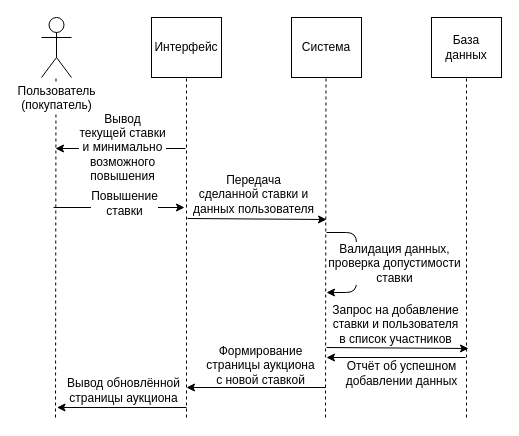
Above: Diagrams/Cases Diagrams/Raise the Bid.drawio in Fake-Make/Au (draw.io), before the change. Source tidied: cells renumbered, new cells numbered last; positions are measured from the earlier drawing's top-left corner, leaving out a move shared by most shapes. Both pictures are drawn from the tidied source at 100%, with x=0, y=0 at pixel (41, 17).
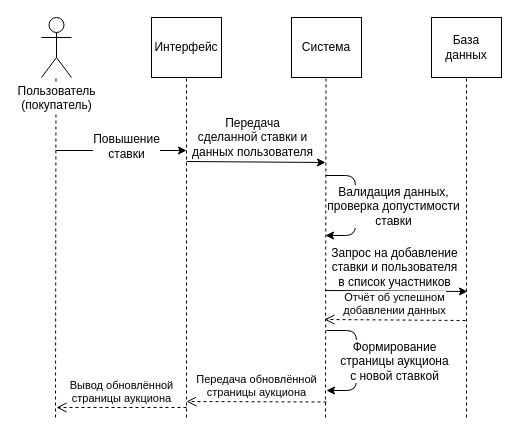
The same page after the edit.

What changed in the source:
```diff
@@
     <mxCell id="10" style="endArrow=classic;html=1;" parent="1" edge="1">
       <mxGeometry relative="1" as="geometry">
-        <mxPoint x="12" y="190" as="sourcePoint" />
-        <mxPoint x="143" y="190" as="targetPoint" />
+        <mxPoint x="14" y="133" as="sourcePoint" />
+        <mxPoint x="145" y="133" as="targetPoint" />
       </mxGeometry>
     </mxCell>
@@
     <mxCell id="12" style="endArrow=classic;html=1;" parent="1" edge="1">
       <mxGeometry relative="1" as="geometry">
-        <mxPoint x="146" y="201" as="sourcePoint" />
-        <mxPoint x="285" y="202" as="targetPoint" />
+        <mxPoint x="145" y="144" as="sourcePoint" />
+        <mxPoint x="284" y="145" as="targetPoint" />
       </mxGeometry>
     </mxCell>
@@
     <mxCell id="14" style="endArrow=classic;html=1;" parent="1" edge="1">
       <mxGeometry relative="1" as="geometry">
-        <mxPoint x="285" y="330" as="sourcePoint" />
-        <mxPoint x="427" y="331" as="targetPoint" />
+        <mxPoint x="284" y="273" as="sourcePoint" />
+        <mxPoint x="426" y="274" as="targetPoint" />
       </mxGeometry>
     </mxCell>
@@
-    <mxCell id="16" style="endArrow=classic;html=1;" parent="1" edge="1">
-      <mxGeometry relative="1" as="geometry">
-        <mxPoint x="424" y="340" as="sourcePoint" />
-        <mxPoint x="285" y="340" as="targetPoint" />
-      </mxGeometry>
-    </mxCell>
-    <mxCell id="17" value="Отчёт об успешном&lt;br&gt;добавлении данных&lt;br&gt;" style="text;html=1;align=center;verticalAlign=middle;labelBackgroundColor=#ffffff;" parent="16" vertex="1">
-      <mxGeometry x="-0.36" y="1" relative="1" as="geometry">
-        <mxPoint x="-21" y="14" as="offset" />
-      </mxGeometry>
-    </mxCell>
-    <mxCell id="18" style="endArrow=classic;html=1;" parent="1" edge="1">
-      <mxGeometry relative="1" as="geometry">
-        <mxPoint x="284" y="370" as="sourcePoint" />
-        <mxPoint x="145" y="370" as="targetPoint" />
-      </mxGeometry>
-    </mxCell>
-    <mxCell id="19" value="Формирование&lt;br&gt;страницы аукциона&lt;br&gt;с новой ставкой&lt;br&gt;" style="text;html=1;align=center;verticalAlign=middle;labelBackgroundColor=#ffffff;fillColor=none;" parent="18" vertex="1">
-      <mxGeometry x="0.18" y="-2" relative="1" as="geometry">
-        <mxPoint x="16" y="-21" as="offset" />
-      </mxGeometry>
-    </mxCell>
-    <mxCell id="20" style="endArrow=classic;html=1;" parent="1" edge="1">
-      <mxGeometry relative="1" as="geometry">
-        <mxPoint x="145" y="390" as="sourcePoint" />
-        <mxPoint x="15.5" y="390" as="targetPoint" />
-      </mxGeometry>
-    </mxCell>
-    <mxCell id="21" value="Вывод обновлённой&lt;br&gt;страницы аукциона&lt;br&gt;" style="text;html=1;align=center;verticalAlign=middle;labelBackgroundColor=#ffffff;" parent="20" vertex="1">
-      <mxGeometry x="-0.12" relative="1" as="geometry">
-        <mxPoint x="-6.5" y="-18" as="offset" />
-      </mxGeometry>
-    </mxCell>
     <mxCell id="22" style="endArrow=classic;html=1;" parent="1" edge="1">
       <mxGeometry relative="1" as="geometry">
-        <mxPoint x="285" y="215" as="sourcePoint" />
-        <mxPoint x="285" y="275" as="targetPoint" />
+        <mxPoint x="284" y="158" as="sourcePoint" />
+        <mxPoint x="284" y="218" as="targetPoint" />
         <Array as="points">
-          <mxPoint x="315" y="215" />
-          <mxPoint x="315" y="275" />
+          <mxPoint x="314" y="158" />
+          <mxPoint x="314" y="218" />
         </Array>
       </mxGeometry>
     </mxCell>
@@
-    <mxCell id="24" style="endArrow=classic;html=1;" parent="1" edge="1">
-      <mxGeometry relative="1" as="geometry">
-        <mxPoint x="144" y="131" as="sourcePoint" />
-        <mxPoint x="14" y="131" as="targetPoint" />
-      </mxGeometry>
-    </mxCell>
-    <mxCell id="25" value="Вывод&lt;br&gt;текущей ставки&lt;br&gt;и минимально&lt;br&gt;возможного&lt;br&gt;повышения&lt;br&gt;" style="text;html=1;align=center;verticalAlign=middle;labelBackgroundColor=#ffffff;" parent="24" vertex="1">
-      <mxGeometry x="0.23" relative="1" as="geometry">
-        <mxPoint x="16" y="-2" as="offset" />
-      </mxGeometry>
-    </mxCell>
+    <mxCell id="17" value="&lt;span&gt;Отчёт об успешном&lt;/span&gt;&lt;br&gt;&lt;span&gt;добавлении данных&lt;/span&gt;" style="html=1;verticalAlign=bottom;endArrow=open;dashed=1;endSize=8;" parent="1" edge="1">
+      <mxGeometry relative="1" as="geometry">
+        <mxPoint x="424" y="303" as="sourcePoint" />
+        <mxPoint x="283" y="302" as="targetPoint" />
+      </mxGeometry>
+    </mxCell>
+    <mxCell id="26" value="Передача обновлённой&lt;br&gt;страницы аукциона&lt;br&gt;" style="html=1;verticalAlign=bottom;endArrow=open;dashed=1;endSize=8;" parent="1" edge="1">
+      <mxGeometry relative="1" as="geometry">
+        <mxPoint x="285" y="384.5" as="sourcePoint" />
+        <mxPoint x="145" y="384" as="targetPoint" />
+      </mxGeometry>
+    </mxCell>
+    <mxCell id="21" value="&lt;span&gt;Вывод обновлённой&lt;/span&gt;&lt;br&gt;&lt;span&gt;страницы аукциона&lt;/span&gt;" style="html=1;verticalAlign=bottom;endArrow=open;dashed=1;endSize=8;" parent="1" edge="1">
+      <mxGeometry relative="1" as="geometry">
+        <mxPoint x="145" y="390" as="sourcePoint" />
+        <mxPoint x="15" y="390" as="targetPoint" />
+      </mxGeometry>
+    </mxCell>
+    <mxCell id="27" style="endArrow=classic;html=1;" parent="1" edge="1">
+      <mxGeometry relative="1" as="geometry">
+        <mxPoint x="285" y="313" as="sourcePoint" />
+        <mxPoint x="285" y="373" as="targetPoint" />
+        <Array as="points">
+          <mxPoint x="315" y="313" />
+          <mxPoint x="315" y="373" />
+        </Array>
+      </mxGeometry>
+    </mxCell>
+    <mxCell id="19" value="Формирование&lt;br&gt;страницы аукциона&lt;br&gt;с новой ставкой&lt;br&gt;" style="text;html=1;align=center;verticalAlign=middle;labelBackgroundColor=#ffffff;" parent="27" vertex="1">
+      <mxGeometry x="0.08" relative="1" as="geometry">
+        <mxPoint x="37" y="-5" as="offset" />
+      </mxGeometry>
+    </mxCell>
```
